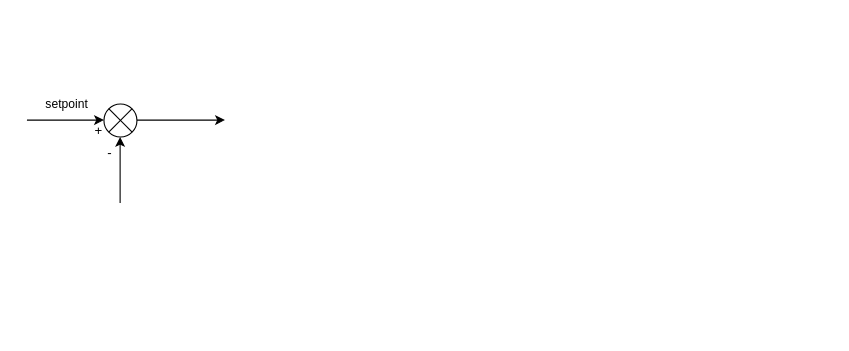
VCOliver/SOFIA keeps this draw.io diagram as Untitled Diagram.drawio. Above is the earlier version. Source tidied: cells renumbered, new cells numbered last; positions are measured from the earlier drawing's top-left corner, leaving out a move shared by most shapes. Both pictures are drawn from the tidied source at 110%, with x=0, y=0 at pixel (26, 103). Pictures stored in the file or linked from it are replaced by grey dashed boxes.
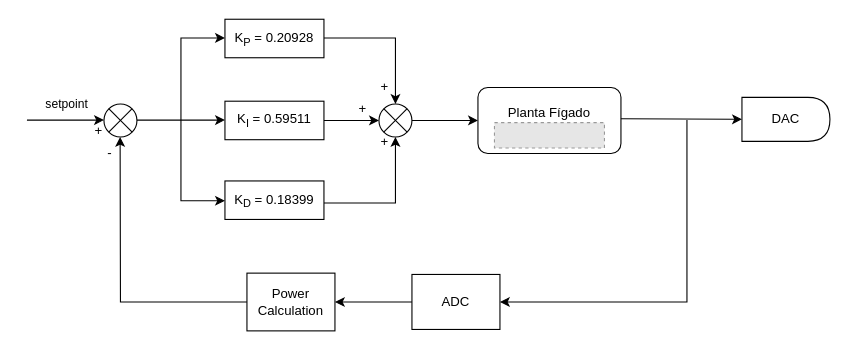
The same diagram, later.

Diff of the diagram source:
```diff
@@
-    <mxCell id="5" style="endArrow=classic;html=1;rounded=0;" parent="1" edge="1">
+    <mxCell id="5" style="endArrow=classic;html=1;rounded=0;exitX=0;exitY=0.5;exitDx=0;exitDy=0;" parent="1" edge="1" source="29">
       <mxGeometry relative="1" as="geometry">
-        <mxPoint x="84.7" y="90" as="sourcePoint" />
         <mxPoint x="84.7" y="30" as="targetPoint" />
+        <Array as="points">
+          <mxPoint x="85" y="180" />
+        </Array>
       </mxGeometry>
     </mxCell>
@@
+    <mxCell id="9" style="edgeStyle=orthogonalEdgeStyle;rounded=0;jettySize=auto;html=1;" parent="1" edge="1" source="10" target="15">
+      <mxGeometry relative="1" as="geometry" />
+    </mxCell>
+    <mxCell id="10" value="K&lt;sub&gt;I&lt;/sub&gt; = 0.59511" style="rounded=0;whiteSpace=wrap;html=1;" parent="1" vertex="1">
+      <mxGeometry x="180" y="-2.5" width="90" height="35" as="geometry" />
+    </mxCell>
+    <mxCell id="11" style="endArrow=classic;html=1;rounded=0;" parent="1" edge="1">
+      <mxGeometry relative="1" as="geometry">
+        <mxPoint x="140" y="14.7" as="sourcePoint" />
+        <mxPoint x="180" y="-60" as="targetPoint" />
+        <Array as="points">
+          <mxPoint x="140" y="-60" />
+        </Array>
+      </mxGeometry>
+    </mxCell>
+    <mxCell id="12" value="K&lt;sub&gt;P&lt;/sub&gt; = 0.20928" style="rounded=0;whiteSpace=wrap;html=1;" parent="1" vertex="1">
+      <mxGeometry x="180" y="-77" width="90" height="35" as="geometry" />
+    </mxCell>
+    <mxCell id="13" value="K&lt;sub&gt;D&lt;/sub&gt; = 0.18399" style="rounded=0;whiteSpace=wrap;html=1;" parent="1" vertex="1">
+      <mxGeometry x="180" y="70" width="90" height="35" as="geometry" />
+    </mxCell>
+    <mxCell id="14" style="endArrow=classic;html=1;rounded=0;" parent="1" edge="1">
+      <mxGeometry relative="1" as="geometry">
+        <mxPoint x="140" y="14.7" as="sourcePoint" />
+        <mxPoint x="180" y="88" as="targetPoint" />
+        <Array as="points">
+          <mxPoint x="140" y="88" />
+        </Array>
+      </mxGeometry>
+    </mxCell>
+    <mxCell id="15" style="shape=sumEllipse;perimeter=ellipsePerimeter;whiteSpace=wrap;html=1;backgroundOutline=1;" parent="1" vertex="1">
+      <mxGeometry x="320" width="30" height="30" as="geometry" />
+    </mxCell>
+    <mxCell id="16" style="endArrow=classic;html=1;rounded=0;entryX=0.5;entryY=0;entryDx=0;entryDy=0;" parent="1" edge="1" target="15">
+      <mxGeometry relative="1" as="geometry">
+        <mxPoint x="270" y="-60" as="sourcePoint" />
+        <Array as="points">
+          <mxPoint x="335" y="-60" />
+        </Array>
+      </mxGeometry>
+    </mxCell>
+    <mxCell id="17" style="endArrow=classic;html=1;rounded=0;entryX=0.5;entryY=1;entryDx=0;entryDy=0;" parent="1" edge="1" target="15">
+      <mxGeometry relative="1" as="geometry">
+        <mxPoint x="270" y="90" as="sourcePoint" />
+        <Array as="points">
+          <mxPoint x="335" y="90" />
+        </Array>
+      </mxGeometry>
+    </mxCell>
+    <mxCell id="18" value="+" style="text;html=1;align=center;verticalAlign=middle;strokeColor=none;fillColor=none;" parent="1" vertex="1">
+      <mxGeometry x="310" y="-30" width="30" height="30" as="geometry" />
+    </mxCell>
+    <mxCell id="19" value="+" style="text;html=1;align=center;verticalAlign=middle;strokeColor=none;fillColor=none;" parent="1" vertex="1">
+      <mxGeometry x="290" y="-10" width="30" height="30" as="geometry" />
+    </mxCell>
+    <mxCell id="20" value="+" style="text;html=1;align=center;verticalAlign=middle;strokeColor=none;fillColor=none;" parent="1" vertex="1">
+      <mxGeometry x="310" y="20" width="30" height="30" as="geometry" />
+    </mxCell>
+    <mxCell id="21" style="endArrow=classic;html=1;rounded=0;exitX=1;exitY=0.5;exitDx=0;exitDy=0;" parent="1" edge="1" source="15">
+      <mxGeometry relative="1" as="geometry">
+        <mxPoint x="410" y="15" as="targetPoint" />
+      </mxGeometry>
+    </mxCell>
+    <mxCell id="22" value="&lt;div&gt;Planta Fígado&lt;/div&gt;&lt;div&gt;&lt;br&gt;&lt;/div&gt;" style="rounded=1;whiteSpace=wrap;html=1;" parent="1" vertex="1">
+      <mxGeometry x="410" y="-15" width="130" height="60" as="geometry" />
+    </mxCell>
+    <mxCell id="23" style="fillColor=#E6E6E6;strokeColor=#999999;dashed=1;verticalLabelPosition=bottom;labelBackgroundColor=default;verticalAlign=top;" parent="1" vertex="1">
+      <mxGeometry x="425" y="17" width="100" height="23" as="geometry" />
+    </mxCell>
+    <mxCell id="24" style="endArrow=classic;html=1;rounded=0;" parent="1" edge="1">
+      <mxGeometry relative="1" as="geometry">
+        <mxPoint x="540" y="13.5" as="sourcePoint" />
+        <mxPoint x="650" y="14" as="targetPoint" />
+      </mxGeometry>
+    </mxCell>
+    <mxCell id="25" style="endArrow=classic;html=1;rounded=0;" parent="1" edge="1">
+      <mxGeometry relative="1" as="geometry">
+        <mxPoint x="600" y="14.7" as="sourcePoint" />
+        <mxPoint x="430" y="180" as="targetPoint" />
+        <Array as="points">
+          <mxPoint x="600" y="180" />
+        </Array>
+      </mxGeometry>
+    </mxCell>
+    <mxCell id="26" value="&lt;div&gt;DAC&lt;/div&gt;" style="shape=delay;whiteSpace=wrap;html=1;" parent="1" vertex="1">
+      <mxGeometry x="650" y="-6" width="80" height="40" as="geometry" />
+    </mxCell>
+    <mxCell id="27" style="edgeStyle=orthogonalEdgeStyle;rounded=0;jettySize=auto;html=1;" parent="1" edge="1" source="28" target="29">
+      <mxGeometry relative="1" as="geometry" />
+    </mxCell>
+    <mxCell id="28" value="ADC" style="rounded=0;whiteSpace=wrap;html=1;" parent="1" vertex="1">
+      <mxGeometry x="350" y="155" width="80" height="50" as="geometry" />
+    </mxCell>
+    <mxCell id="29" value="Power Calculation" style="whiteSpace=wrap;html=1;rounded=0;" parent="1" vertex="1">
+      <mxGeometry x="200" y="153.8" width="80" height="52.5" as="geometry" />
+    </mxCell>
```
